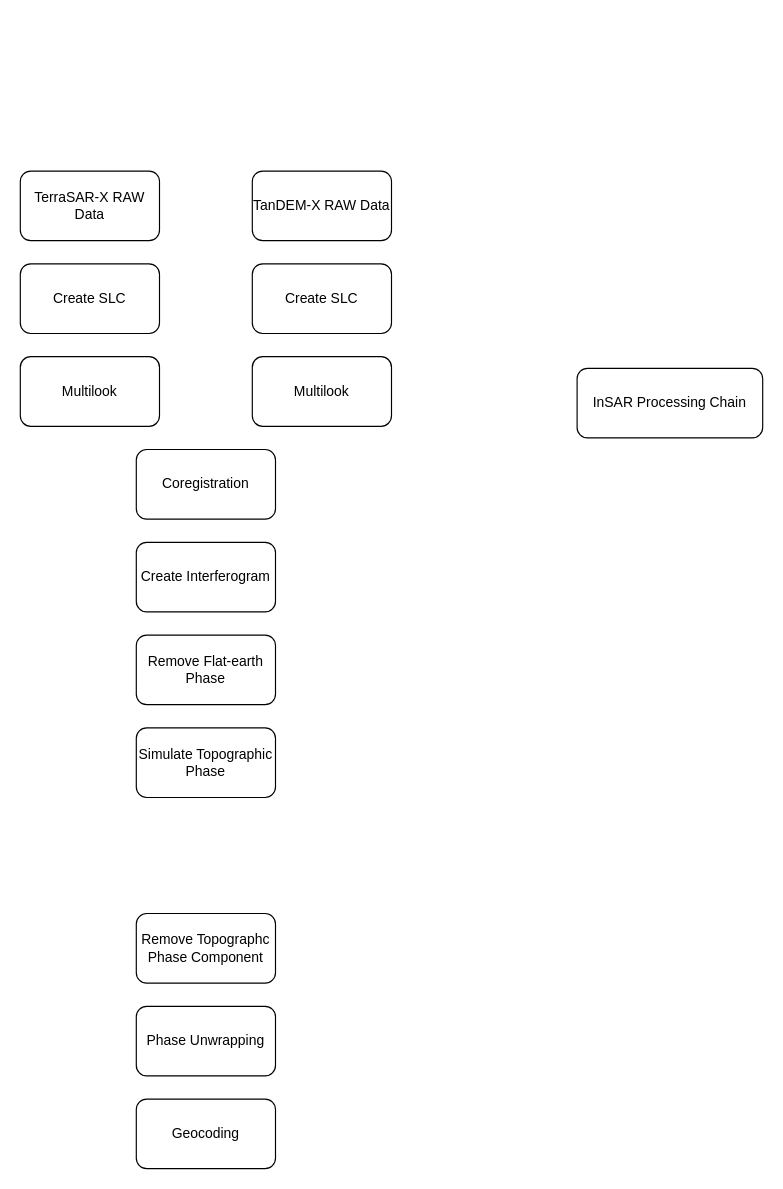
This is InSAR-processing-chain.drawio from robwebster-git/glaciers, a draw.io file, before an edit. Source tidied: cells renumbered, new cells numbered last; positions are measured from the earlier drawing's top-left corner, leaving out a move shared by most shapes. Both pictures are drawn from the tidied source at 116%, with x=0, y=0 at pixel (20, 171).
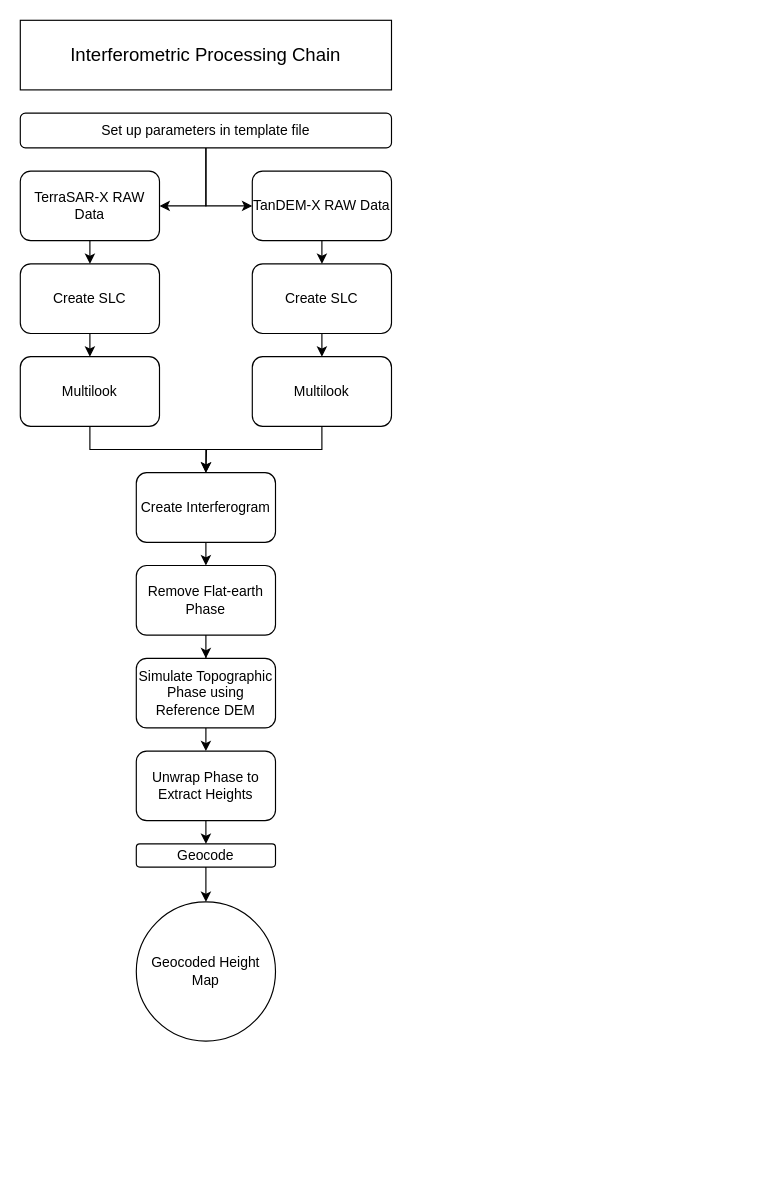
Above is the later version.

The change refers to these unchanged cells:
```xml
<mxCell id="2" value="TerraSAR-X RAW Data" style="rounded=1;whiteSpace=wrap;html=1;" parent="1" vertex="1">
  <mxGeometry width="120" height="60" as="geometry" />
</mxCell>
<mxCell id="3" value="TanDEM-X RAW Data" style="rounded=1;whiteSpace=wrap;html=1;" parent="1" vertex="1">
  <mxGeometry x="200" width="120" height="60" as="geometry" />
</mxCell>
<mxCell id="5" value="Create SLC" style="rounded=1;whiteSpace=wrap;html=1;" parent="1" vertex="1">
  <mxGeometry y="80" width="120" height="60" as="geometry" />
</mxCell>
<mxCell id="6" value="Multilook" style="rounded=1;whiteSpace=wrap;html=1;" parent="1" vertex="1">
  <mxGeometry y="160" width="120" height="60" as="geometry" />
</mxCell>
<mxCell id="14" value="Create SLC" style="rounded=1;whiteSpace=wrap;html=1;" parent="1" vertex="1">
  <mxGeometry x="200" y="80" width="120" height="60" as="geometry" />
</mxCell>
<mxCell id="15" value="Multilook" style="rounded=1;whiteSpace=wrap;html=1;" parent="1" vertex="1">
  <mxGeometry x="200" y="160" width="120" height="60" as="geometry" />
</mxCell>
```

What changed in the source:
```diff
@@
+    <mxCell id="16" style="edgeStyle=orthogonalEdgeStyle;rounded=0;jettySize=auto;html=1;exitX=0.5;exitY=1;exitDx=0;exitDy=0;entryX=0.5;entryY=0;entryDx=0;entryDy=0;" parent="1" edge="1" target="5">
+      <mxGeometry relative="1" as="geometry">
+        <mxPoint x="60" y="60" as="sourcePoint" />
+      </mxGeometry>
+    </mxCell>
@@
+    <mxCell id="17" style="edgeStyle=orthogonalEdgeStyle;rounded=0;jettySize=auto;html=1;exitX=0.5;exitY=1;exitDx=0;exitDy=0;entryX=0.5;entryY=0;entryDx=0;entryDy=0;" parent="1" edge="1" target="14">
+      <mxGeometry relative="1" as="geometry">
+        <mxPoint x="260" y="60" as="sourcePoint" />
+      </mxGeometry>
+    </mxCell>
@@
-    <mxCell id="4" value="InSAR Processing Chain" style="rounded=1;whiteSpace=wrap;html=1;" parent="1" vertex="1">
-      <mxGeometry x="480" y="170" width="160" height="60" as="geometry" />
-    </mxCell>
+    <mxCell id="18" style="edgeStyle=orthogonalEdgeStyle;rounded=0;jettySize=auto;html=1;exitX=0.5;exitY=1;exitDx=0;exitDy=0;entryX=0.5;entryY=0;entryDx=0;entryDy=0;" parent="1" edge="1" source="5" target="6">
+      <mxGeometry relative="1" as="geometry" />
+    </mxCell>
@@
+    <mxCell id="19" style="edgeStyle=orthogonalEdgeStyle;rounded=0;jettySize=auto;html=1;exitX=0.5;exitY=1;exitDx=0;exitDy=0;" parent="1" edge="1" source="6">
+      <mxGeometry relative="1" as="geometry">
+        <mxPoint x="160" y="260" as="targetPoint" />
+      </mxGeometry>
+    </mxCell>
@@
-    <mxCell id="7" value="Coregistration" style="rounded=1;whiteSpace=wrap;html=1;" parent="1" vertex="1">
-      <mxGeometry x="100" y="240" width="120" height="60" as="geometry" />
-    </mxCell>
+    <mxCell id="20" style="edgeStyle=orthogonalEdgeStyle;rounded=0;jettySize=auto;html=1;exitX=0.5;exitY=1;exitDx=0;exitDy=0;entryX=0.5;entryY=0;entryDx=0;entryDy=0;" parent="1" edge="1" source="8" target="9">
+      <mxGeometry relative="1" as="geometry" />
+    </mxCell>
     <mxCell id="8" value="Create Interferogram" style="rounded=1;whiteSpace=wrap;html=1;" parent="1" vertex="1">
-      <mxGeometry x="100" y="320" width="120" height="60" as="geometry" />
+      <mxGeometry x="100" y="260" width="120" height="60" as="geometry" />
     </mxCell>
+    <mxCell id="21" style="edgeStyle=orthogonalEdgeStyle;rounded=0;jettySize=auto;html=1;exitX=0.5;exitY=1;exitDx=0;exitDy=0;" parent="1" edge="1" source="9" target="10">
+      <mxGeometry relative="1" as="geometry" />
+    </mxCell>
     <mxCell id="9" value="Remove Flat-earth Phase" style="rounded=1;whiteSpace=wrap;html=1;" parent="1" vertex="1">
-      <mxGeometry x="100" y="400" width="120" height="60" as="geometry" />
+      <mxGeometry x="100" y="340" width="120" height="60" as="geometry" />
     </mxCell>
+    <mxCell id="22" style="edgeStyle=orthogonalEdgeStyle;rounded=0;jettySize=auto;html=1;exitX=0.5;exitY=1;exitDx=0;exitDy=0;entryX=0.5;entryY=0;entryDx=0;entryDy=0;" parent="1" edge="1" source="10" target="27">
+      <mxGeometry relative="1" as="geometry" />
+    </mxCell>
-    <mxCell id="10" value="Simulate Topographic Phase" style="rounded=1;whiteSpace=wrap;html=1;" parent="1" vertex="1">
-      <mxGeometry x="100" y="480" width="120" height="60" as="geometry" />
+    <mxCell id="10" value="Simulate Topographic Phase using Reference DEM" style="rounded=1;whiteSpace=wrap;html=1;" parent="1" vertex="1">
+      <mxGeometry x="100" y="420" width="120" height="60" as="geometry" />
     </mxCell>
-    <mxCell id="11" value="Remove Topographc Phase Component" style="rounded=1;whiteSpace=wrap;html=1;" parent="1" vertex="1">
-      <mxGeometry x="100" y="640" width="120" height="60" as="geometry" />
-    </mxCell>
-    <mxCell id="12" value="Phase Unwrapping" style="rounded=1;whiteSpace=wrap;html=1;" parent="1" vertex="1">
-      <mxGeometry x="100" y="720" width="120" height="60" as="geometry" />
-    </mxCell>
+    <mxCell id="23" style="edgeStyle=orthogonalEdgeStyle;rounded=0;jettySize=auto;html=1;exitX=0.5;exitY=1;exitDx=0;exitDy=0;entryX=0.5;entryY=0;entryDx=0;entryDy=0;" parent="1" edge="1" source="13" target="28">
+      <mxGeometry relative="1" as="geometry" />
+    </mxCell>
-    <mxCell id="13" value="Geocoding" style="rounded=1;whiteSpace=wrap;html=1;" parent="1" vertex="1">
-      <mxGeometry x="100" y="800" width="120" height="60" as="geometry" />
+    <mxCell id="13" value="Geocode" style="rounded=1;whiteSpace=wrap;html=1;" parent="1" vertex="1">
+      <mxGeometry x="100" y="580" width="120" height="20" as="geometry" />
     </mxCell>
+    <mxCell id="24" style="edgeStyle=orthogonalEdgeStyle;rounded=0;jettySize=auto;html=1;exitX=0.5;exitY=1;exitDx=0;exitDy=0;entryX=0.5;entryY=0;entryDx=0;entryDy=0;" parent="1" edge="1" source="14" target="15">
+      <mxGeometry relative="1" as="geometry" />
+    </mxCell>
@@
+    <mxCell id="25" style="edgeStyle=orthogonalEdgeStyle;rounded=0;jettySize=auto;html=1;exitX=0.5;exitY=1;exitDx=0;exitDy=0;entryX=0.5;entryY=0;entryDx=0;entryDy=0;" parent="1" edge="1" source="15" target="8">
+      <mxGeometry relative="1" as="geometry" />
+    </mxCell>
@@
+    <mxCell id="26" style="edgeStyle=orthogonalEdgeStyle;rounded=0;jettySize=auto;html=1;exitX=0.5;exitY=1;exitDx=0;exitDy=0;entryX=0.5;entryY=0;entryDx=0;entryDy=0;" parent="1" edge="1" source="27" target="13">
+      <mxGeometry relative="1" as="geometry" />
+    </mxCell>
+    <mxCell id="27" value="Unwrap Phase to Extract Heights" style="rounded=1;whiteSpace=wrap;html=1;" parent="1" vertex="1">
+      <mxGeometry x="100" y="500" width="120" height="60" as="geometry" />
+    </mxCell>
+    <mxCell id="28" value="Geocoded Height Map" style="ellipse;whiteSpace=wrap;html=1;" parent="1" vertex="1">
+      <mxGeometry x="100" y="630" width="120" height="120" as="geometry" />
+    </mxCell>
+    <mxCell id="29" value="&lt;font style=&quot;font-size: 16px&quot;&gt;Interferometric Processing Chain&lt;/font&gt;" style="rounded=0;whiteSpace=wrap;html=1;" parent="1" vertex="1">
+      <mxGeometry y="-130" width="320" height="60" as="geometry" />
+    </mxCell>
+    <mxCell id="30" style="edgeStyle=orthogonalEdgeStyle;rounded=0;jettySize=auto;html=1;exitX=0.5;exitY=1;exitDx=0;exitDy=0;entryX=1;entryY=0.5;entryDx=0;entryDy=0;" parent="1" edge="1" source="32" target="2">
+      <mxGeometry relative="1" as="geometry" />
+    </mxCell>
+    <mxCell id="31" style="edgeStyle=orthogonalEdgeStyle;rounded=0;jettySize=auto;html=1;exitX=0.5;exitY=1;exitDx=0;exitDy=0;entryX=0;entryY=0.5;entryDx=0;entryDy=0;" parent="1" edge="1" source="32" target="3">
+      <mxGeometry relative="1" as="geometry" />
+    </mxCell>
+    <mxCell id="32" value="Set up parameters in template file" style="rounded=1;whiteSpace=wrap;html=1;" parent="1" vertex="1">
+      <mxGeometry y="-50" width="320" height="30" as="geometry" />
+    </mxCell>
```
